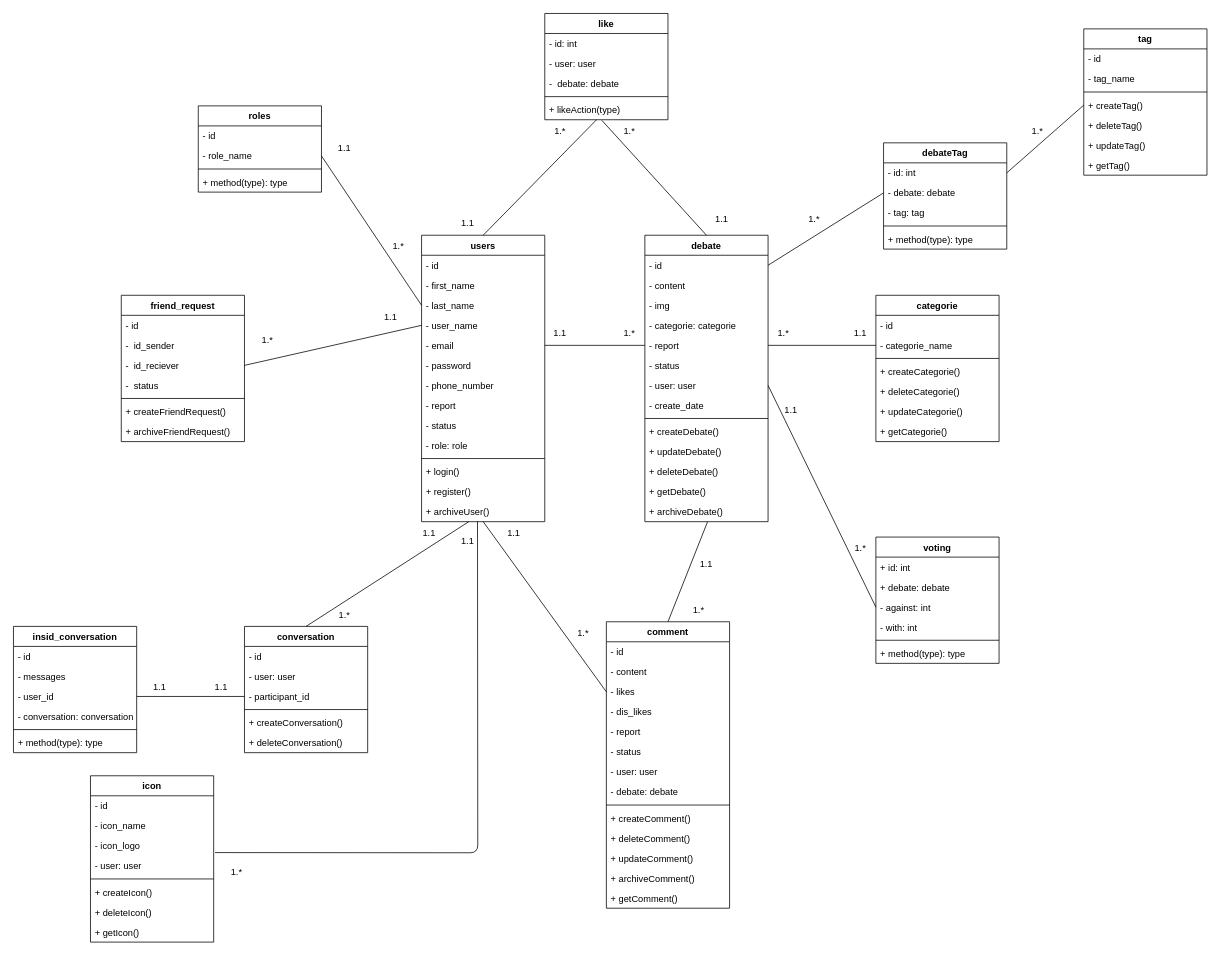
The draw.io diagram DebateVerse.class-diagram.drawio in Mohamed072005/DebateVerse, before the edit. Source tidied: cells renumbered, new cells numbered last; positions are measured from the earlier drawing's top-left corner, leaving out a move shared by most shapes. Both pictures are drawn from the tidied source at 77%, with x=0, y=0 at pixel (13, 13).
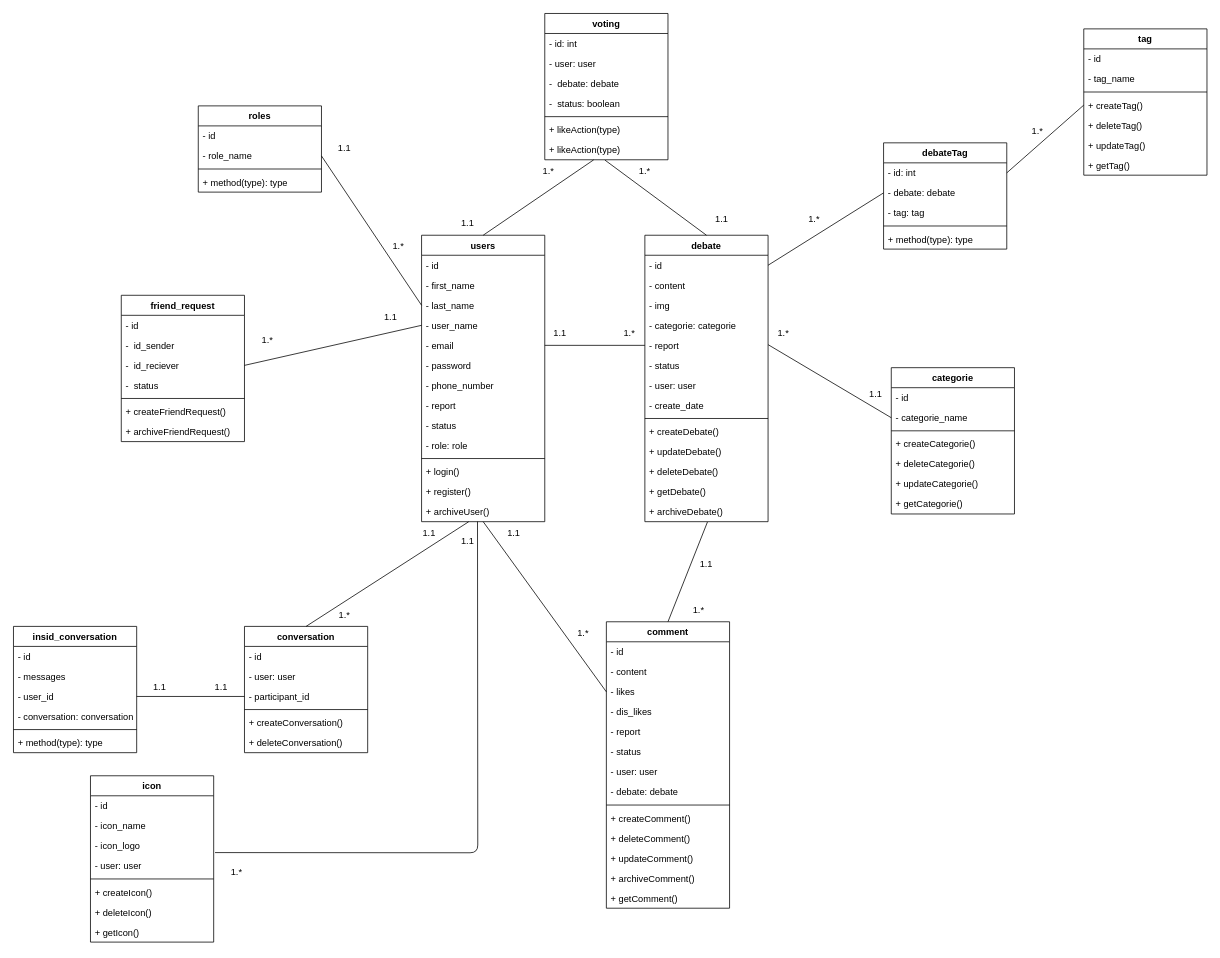
The same diagram, later.

Commit message (it also covers changes not shown here):
add the voting suppot and the voting reject

Unchanged cells that the change refers to:
```xml
<mxCell id="2" value="debate" style="swimlane;fontStyle=1;align=center;verticalAlign=top;horizontal=1;startSize=26;" parent="1" vertex="1">
  <mxGeometry x="820" y="288" width="160" height="372" as="geometry" />
</mxCell>
<mxCell id="9" value="- user: user" style="text;strokeColor=none;fillColor=none;align=left;verticalAlign=top;spacingLeft=4;spacingRight=4;overflow=hidden;points=[[0,0.5],[1,0.5]];portConstraint=eastwest;" parent="2" vertex="1">
  <mxGeometry y="182" width="160" height="26" as="geometry" />
</mxCell>
<mxCell id="17" value="users" style="swimlane;fontStyle=1;align=center;verticalAlign=top;horizontal=1;startSize=26;" parent="1" vertex="1">
  <mxGeometry x="530" y="288" width="160" height="372" as="geometry" />
</mxCell>
<mxCell id="62" value="- categorie_name" style="text;strokeColor=none;fillColor=none;align=left;verticalAlign=top;spacingLeft=4;spacingRight=4;overflow=hidden;points=[[0,0.5],[1,0.5]];portConstraint=eastwest;" parent="60" vertex="1">
  <mxGeometry y="52" width="160" height="26" as="geometry" />
</mxCell>
<mxCell id="76" value="1.*" style="text;strokeColor=none;align=center;fillColor=none;html=1;verticalAlign=middle;whiteSpace=wrap;rounded=0;" parent="1" vertex="1">
  <mxGeometry x="980" y="401" width="40" height="30" as="geometry" />
</mxCell>
```

The edit, as a diff of the source:
```diff
@@
     <mxCell id="60" value="categorie" style="swimlane;fontStyle=1;align=center;verticalAlign=top;horizontal=1;startSize=26;" parent="1" vertex="1">
-      <mxGeometry x="1120" y="366" width="160" height="190" as="geometry" />
+      <mxGeometry x="1140" y="460" width="160" height="190" as="geometry" />
     </mxCell>
@@
-    <mxCell id="73" style="endArrow=none;html=1;entryX=0;entryY=0.5;entryDx=0;entryDy=0;exitX=1;exitY=0.5;exitDx=0;exitDy=0;" parent="1" edge="1" target="62">
-      <mxGeometry relative="1" as="geometry">
-        <mxPoint x="980" y="431" as="sourcePoint" />
-      </mxGeometry>
+    <mxCell id="73" style="endArrow=none;html=1;entryX=0;entryY=0.5;entryDx=0;entryDy=0;exitX=0.002;exitY=0.971;exitDx=0;exitDy=0;exitPerimeter=0;" parent="1" edge="1" source="76" target="62">
+      <mxGeometry relative="1" as="geometry" />
     </mxCell>
@@
     <mxCell id="77" value="1.1" style="text;strokeColor=none;align=center;fillColor=none;html=1;verticalAlign=middle;whiteSpace=wrap;rounded=0;" parent="1" vertex="1">
-      <mxGeometry x="1070" y="401" width="60" height="30" as="geometry" />
+      <mxGeometry x="1090" y="480" width="60" height="30" as="geometry" />
     </mxCell>
@@
-    <mxCell id="129" value="like" style="swimlane;fontStyle=1;align=center;verticalAlign=top;horizontal=1;startSize=26;" parent="1" vertex="1">
-      <mxGeometry x="690" width="160" height="138" as="geometry" />
+    <mxCell id="129" value="voting" style="swimlane;fontStyle=1;align=center;verticalAlign=top;horizontal=1;startSize=26;" parent="1" vertex="1">
+      <mxGeometry x="690" width="160" height="190" as="geometry" />
     </mxCell>
@@
+    <mxCell id="158" value="-  status: boolean" style="text;strokeColor=none;fillColor=none;align=left;verticalAlign=top;spacingLeft=4;spacingRight=4;overflow=hidden;" parent="129" vertex="1">
+      <mxGeometry y="104" width="160" height="26" as="geometry" />
+    </mxCell>
     <mxCell id="133" style="line;strokeWidth=1;fillColor=none;align=left;verticalAlign=middle;spacingTop=-1;spacingLeft=3;spacingRight=3;labelPosition=right;strokeColor=inherit;" parent="129" vertex="1">
-      <mxGeometry y="104" width="160" height="8" as="geometry" />
+      <mxGeometry y="130" width="160" height="8" as="geometry" />
     </mxCell>
     <mxCell id="134" value="+ likeAction(type)" style="text;strokeColor=none;fillColor=none;align=left;verticalAlign=top;spacingLeft=4;spacingRight=4;overflow=hidden;points=[[0,0.5],[1,0.5]];portConstraint=eastwest;" parent="129" vertex="1">
-      <mxGeometry y="112" width="160" height="26" as="geometry" />
+      <mxGeometry y="138" width="160" height="26" as="geometry" />
     </mxCell>
+    <mxCell id="159" value="+ likeAction(type)" style="text;strokeColor=none;fillColor=none;align=left;verticalAlign=top;spacingLeft=4;spacingRight=4;overflow=hidden;points=[[0,0.5],[1,0.5]];portConstraint=eastwest;" parent="129" vertex="1">
+      <mxGeometry y="164" width="160" height="26" as="geometry" />
+    </mxCell>
-    <mxCell id="135" style="endArrow=none;html=1;exitX=0.5;exitY=0;exitDx=0;exitDy=0;" parent="1" edge="1" source="17" target="134">
+    <mxCell id="135" style="endArrow=none;html=1;exitX=0.5;exitY=0;exitDx=0;exitDy=0;entryX=0.397;entryY=1.004;entryDx=0;entryDy=0;entryPerimeter=0;" parent="1" edge="1" source="17" target="159">
       <mxGeometry relative="1" as="geometry" />
     </mxCell>
-    <mxCell id="136" style="endArrow=none;html=1;entryX=0.463;entryY=1.029;entryDx=0;entryDy=0;entryPerimeter=0;exitX=0.5;exitY=0;exitDx=0;exitDy=0;" parent="1" edge="1" source="2" target="134">
+    <mxCell id="136" style="endArrow=none;html=1;exitX=0.5;exitY=0;exitDx=0;exitDy=0;entryX=0.488;entryY=1.015;entryDx=0;entryDy=0;entryPerimeter=0;" parent="1" edge="1" source="2" target="159">
       <mxGeometry relative="1" as="geometry" />
     </mxCell>
     <mxCell id="137" value="1.*" style="text;strokeColor=none;align=center;fillColor=none;html=1;verticalAlign=middle;whiteSpace=wrap;rounded=0;" parent="1" vertex="1">
-      <mxGeometry x="770" y="138" width="60" height="30" as="geometry" />
+      <mxGeometry x="790" y="190" width="60" height="30" as="geometry" />
     </mxCell>
     <mxCell id="138" value="1.*" style="text;strokeColor=none;align=center;fillColor=none;html=1;verticalAlign=middle;whiteSpace=wrap;rounded=0;" parent="1" vertex="1">
-      <mxGeometry x="680" y="138" width="60" height="30" as="geometry" />
+      <mxGeometry x="680" y="196" width="30" height="18" as="geometry" />
     </mxCell>
@@
-    <mxCell id="148" value="voting" style="swimlane;fontStyle=1;align=center;verticalAlign=top;horizontal=1;startSize=26;" parent="1" vertex="1">
-      <mxGeometry x="1120" y="680" width="160" height="164" as="geometry" />
-    </mxCell>
-    <mxCell id="149" value="+ id: int" style="text;strokeColor=none;fillColor=none;align=left;verticalAlign=top;spacingLeft=4;spacingRight=4;overflow=hidden;" parent="148" vertex="1">
-      <mxGeometry y="26" width="160" height="26" as="geometry" />
-    </mxCell>
-    <mxCell id="150" value="+ debate: debate" style="text;strokeColor=none;fillColor=none;align=left;verticalAlign=top;spacingLeft=4;spacingRight=4;overflow=hidden;" parent="148" vertex="1">
-      <mxGeometry y="52" width="160" height="26" as="geometry" />
-    </mxCell>
-    <mxCell id="151" value="- against: int" style="text;strokeColor=none;fillColor=none;align=left;verticalAlign=top;spacingLeft=4;spacingRight=4;overflow=hidden;points=[[0,0.5],[1,0.5]];portConstraint=eastwest;" parent="148" vertex="1">
-      <mxGeometry y="78" width="160" height="26" as="geometry" />
-    </mxCell>
-    <mxCell id="152" value="- with: int" style="text;strokeColor=none;fillColor=none;align=left;verticalAlign=top;spacingLeft=4;spacingRight=4;overflow=hidden;" parent="148" vertex="1">
-      <mxGeometry y="104" width="160" height="26" as="geometry" />
-    </mxCell>
-    <mxCell id="153" style="line;strokeWidth=1;fillColor=none;align=left;verticalAlign=middle;spacingTop=-1;spacingLeft=3;spacingRight=3;labelPosition=right;strokeColor=inherit;" parent="148" vertex="1">
-      <mxGeometry y="130" width="160" height="8" as="geometry" />
-    </mxCell>
-    <mxCell id="154" value="+ method(type): type" style="text;strokeColor=none;fillColor=none;align=left;verticalAlign=top;spacingLeft=4;spacingRight=4;overflow=hidden;" parent="148" vertex="1">
-      <mxGeometry y="138" width="160" height="26" as="geometry" />
-    </mxCell>
-    <mxCell id="155" style="endArrow=none;html=1;entryX=1;entryY=0.5;entryDx=0;entryDy=0;exitX=0;exitY=0.5;exitDx=0;exitDy=0;" parent="1" edge="1" source="151" target="9">
-      <mxGeometry relative="1" as="geometry" />
-    </mxCell>
-    <mxCell id="156" value="1.1" style="text;strokeColor=none;align=center;fillColor=none;html=1;verticalAlign=middle;whiteSpace=wrap;rounded=0;" parent="1" vertex="1">
-      <mxGeometry x="980" y="500" width="60" height="30" as="geometry" />
-    </mxCell>
-    <mxCell id="157" value="1.*" style="text;strokeColor=none;align=center;fillColor=none;html=1;verticalAlign=middle;whiteSpace=wrap;rounded=0;" parent="1" vertex="1">
-      <mxGeometry x="1070" y="680" width="60" height="30" as="geometry" />
-    </mxCell>
```
